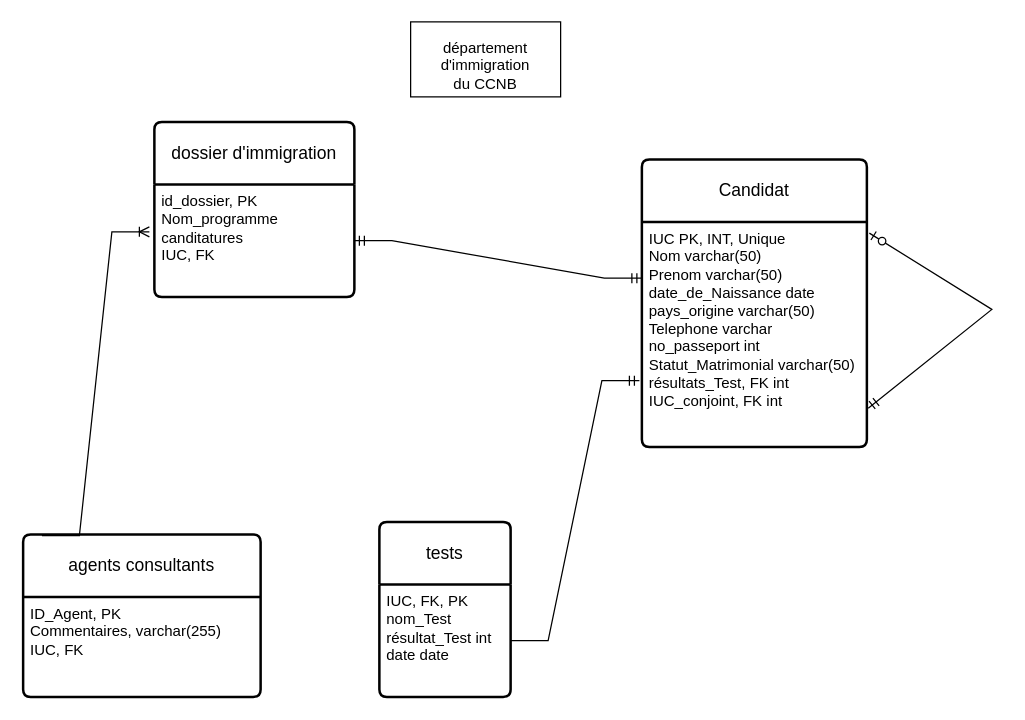
The draw.io diagram page "Modèle entité-association" (1 of 2) of Mi-session/test26FevDATA1029XavierViel.drawio in ProfX1/2094329_DATA1029, before the edit. Source tidied: cells renumbered, new cells numbered last; positions are measured from the earlier drawing's top-left corner, leaving out a move shared by most shapes. Both pictures are drawn from the tidied source at 125%, with x=0, y=0 at pixel (22, 21).
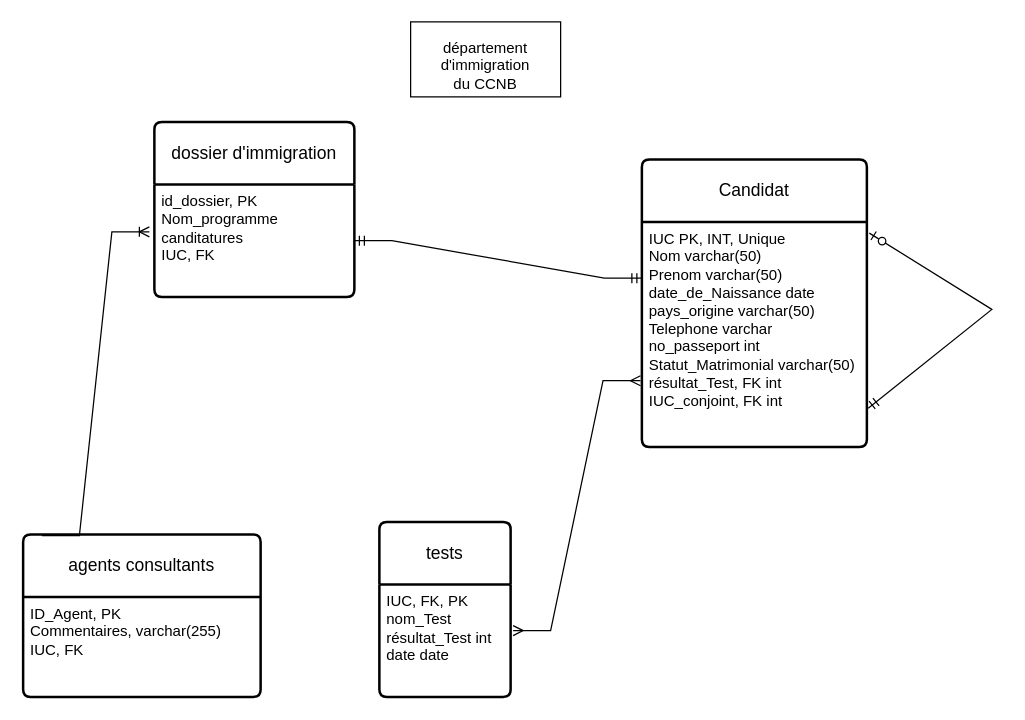
After the change.

The change refers to these unchanged cells:
```xml
<mxCell id="4" value="Candidat" style="swimlane;horizontal=1;startSize=50;rounded=1;fontSize=14;fontStyle=0;strokeWidth=2;shadow=0;dashed=0;align=center;arcSize=4;whiteSpace=wrap;html=1;" parent="1" vertex="1">
  <mxGeometry x="495" y="110" width="180" height="230" as="geometry" />
</mxCell>
<mxCell id="10" value="IUC, FK, PK&lt;br&gt;nom_Test&lt;br&gt;résultat_Test int&lt;br&gt;date date&lt;div&gt;&lt;br/&gt;&lt;/div&gt;" style="align=left;strokeColor=none;fillColor=none;spacingLeft=4;fontSize=12;verticalAlign=top;html=1;" parent="9" vertex="1">
  <mxGeometry y="50" width="105" height="90" as="geometry" />
</mxCell>
```

Change to the diagram source:
```diff
@@
-    <mxCell id="5" value="IUC PK, INT, Unique&lt;br&gt;Nom varchar(50)&lt;br&gt;Prenom varchar(50)&lt;br&gt;date_de_Naissance date&lt;br&gt;pays_origine varchar(50)&lt;br&gt;Telephone varchar&lt;br&gt;no_passeport int&lt;br&gt;Statut_Matrimonial varchar(50)&lt;br&gt;résultats_Test, FK int&lt;br&gt;IUC_conjoint, FK int" style="align=left;strokeColor=none;fillColor=none;spacingLeft=4;fontSize=12;verticalAlign=top;html=1;" parent="4" vertex="1">
+    <mxCell id="5" value="IUC PK, INT, Unique&lt;br&gt;Nom varchar(50)&lt;br&gt;Prenom varchar(50)&lt;br&gt;date_de_Naissance date&lt;br&gt;pays_origine varchar(50)&lt;br&gt;Telephone varchar&lt;br&gt;no_passeport int&lt;br&gt;Statut_Matrimonial varchar(50)&lt;br&gt;résultat_Test, FK int&lt;br&gt;IUC_conjoint, FK int" style="align=left;strokeColor=none;fillColor=none;spacingLeft=4;fontSize=12;verticalAlign=top;html=1;" parent="4" vertex="1">
       <mxGeometry y="50" width="180" height="180" as="geometry" />
     </mxCell>
@@
-    <mxCell id="15" style="edgeStyle=entityRelationEdgeStyle;fontSize=12;html=1;endArrow=ERmandOne;rounded=0;exitX=1;exitY=0.5;exitDx=0;exitDy=0;entryX=-0.011;entryY=0.706;entryDx=0;entryDy=0;entryPerimeter=0;" parent="1" edge="1" source="10" target="5">
+    <mxCell id="15" style="edgeStyle=entityRelationEdgeStyle;fontSize=12;html=1;endArrow=ERmany;startArrow=ERmany;rounded=0;exitX=1.019;exitY=0.411;exitDx=0;exitDy=0;exitPerimeter=0;entryX=-0.006;entryY=0.706;entryDx=0;entryDy=0;entryPerimeter=0;" parent="1" edge="1" source="10" target="5">
       <mxGeometry relative="1" as="geometry" />
     </mxCell>
```
